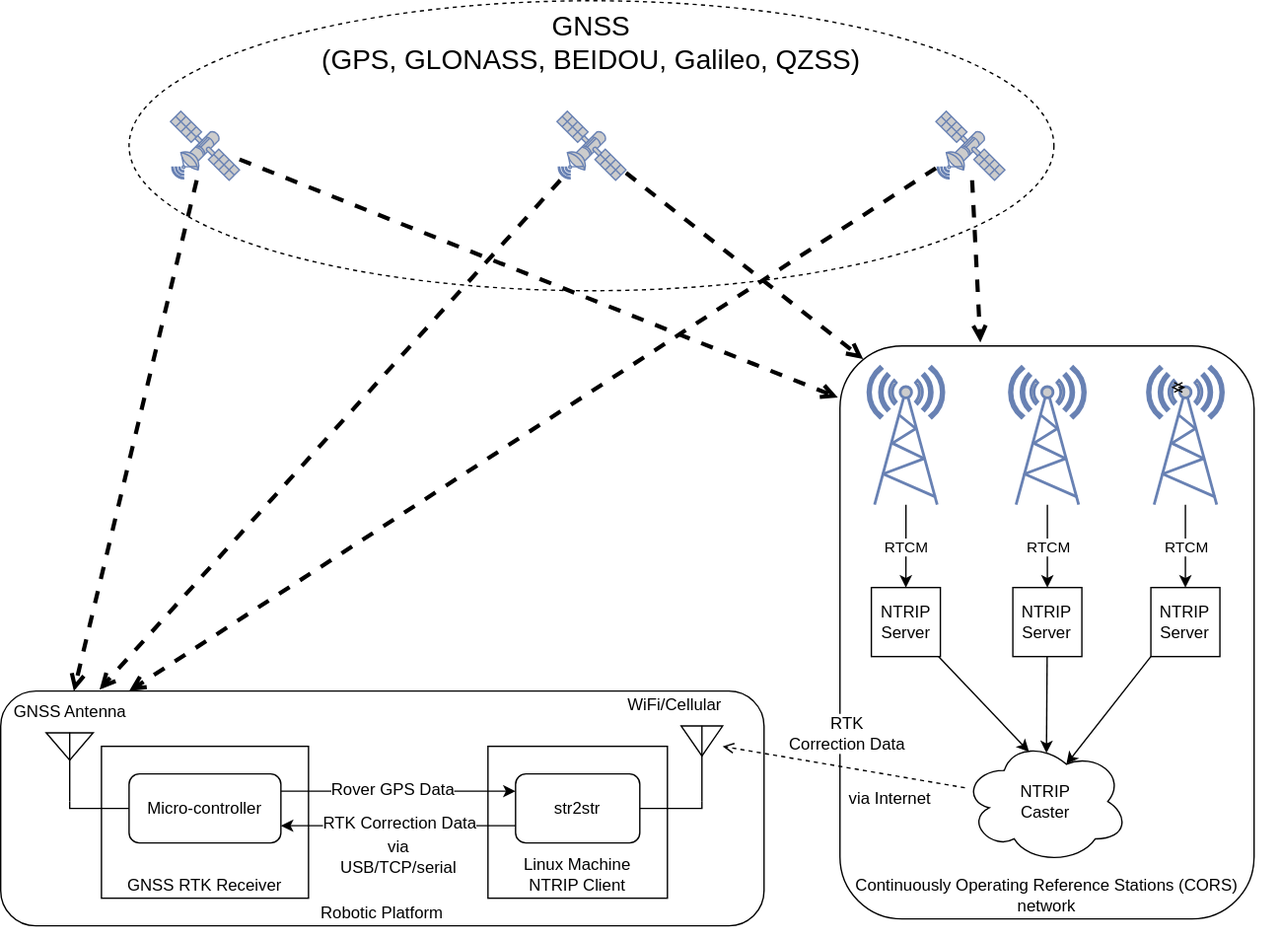
Before: systems/localization-sysytem/gnss-rtk/gnss-rtk-diagram.svg, a diagram exported from draw.io (digitalhabitat/gardenbot). Source tidied: cells renumbered, new cells last; positions are measured from the earlier drawing's top-left corner, leaving out a move shared by most shapes.
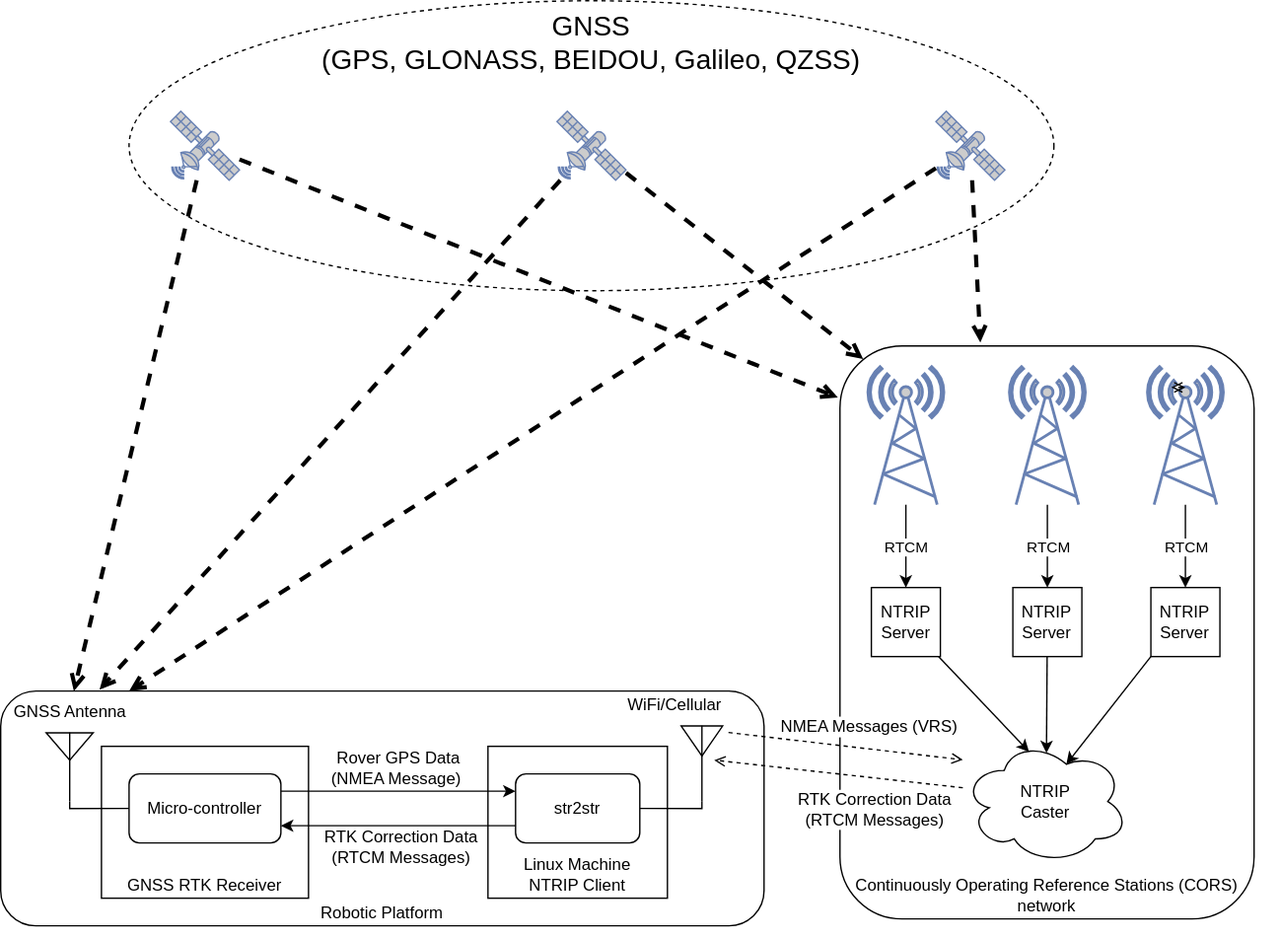
The same file after the commit.

Change to the diagram source:
```diff
@@ -2,6 +2,9 @@
   <root>
     <mxCell id="0" />
     <mxCell id="1" parent="0" />
+    <mxCell id="21" value="Robotic Platform" style="rounded=1;whiteSpace=wrap;html=1;sketch=0;hachureGap=4;jiggle=2;curveFitting=1;fontFamily=Helvetica;fontSize=12;verticalAlign=bottom;" parent="1" vertex="1">
+      <mxGeometry y="500" width="553" height="170" as="geometry" />
+    </mxCell>
     <mxCell id="2" style="group;" parent="1" vertex="1">
       <mxGeometry x="478" y="250" width="449" height="420" as="geometry" />
     </mxCell>
@@ -65,9 +68,28 @@
     <mxCell id="20" style="edgeStyle=none;rounded=0;sketch=0;hachureGap=4;jiggle=2;curveFitting=1;orthogonalLoop=1;jettySize=auto;html=1;exitX=0.5;exitY=0.15;exitDx=0;exitDy=0;exitPerimeter=0;entryX=0.314;entryY=0.15;entryDx=0;entryDy=0;entryPerimeter=0;dashed=1;strokeWidth=1;fontFamily=Helvetica;fontSize=12;startArrow=open;startFill=0;endArrow=open;endFill=0;" parent="2" edge="1" source="15" target="15">
       <mxGeometry relative="1" as="geometry" />
     </mxCell>
-    <mxCell id="21" value="Robotic Platform" style="rounded=1;whiteSpace=wrap;html=1;sketch=0;hachureGap=4;jiggle=2;curveFitting=1;fontFamily=Helvetica;fontSize=12;verticalAlign=bottom;" parent="1" vertex="1">
-      <mxGeometry y="500" width="553" height="170" as="geometry" />
-    </mxCell>
+    <mxCell id="53" style="edgeStyle=none;rounded=0;sketch=0;hachureGap=4;jiggle=2;curveFitting=1;orthogonalLoop=1;jettySize=auto;html=1;dashed=1;strokeWidth=1;fontFamily=Helvetica;fontSize=16;endArrow=open;endFill=0;startArrow=none;startFill=0;entryX=0.283;entryY=0.843;entryDx=0;entryDy=0;entryPerimeter=0;exitX=0.946;exitY=0.471;exitDx=0;exitDy=0;exitPerimeter=0;" parent="2" edge="1">
+      <mxGeometry relative="1" as="geometry">
+        <mxPoint x="49.2" y="280" as="sourcePoint" />
+        <mxPoint x="219" y="299.8" as="targetPoint" />
+      </mxGeometry>
+    </mxCell>
+    <mxCell id="54" value="NMEA Messages (VRS)" style="edgeLabel;html=1;align=center;verticalAlign=middle;fontSize=12;fontFamily=Helvetica;rotation=0;" parent="53" vertex="1">
+      <mxGeometry x="-0.14" y="-2" relative="1" as="geometry">
+        <mxPoint x="28" y="-15" as="offset" />
+      </mxGeometry>
+    </mxCell>
+    <mxCell id="46" style="edgeStyle=none;rounded=0;sketch=0;hachureGap=4;jiggle=2;curveFitting=1;orthogonalLoop=1;jettySize=auto;html=1;dashed=1;strokeWidth=1;fontFamily=Helvetica;fontSize=16;endArrow=open;endFill=0;startArrow=none;startFill=0;exitX=0.317;exitY=0.747;exitDx=0;exitDy=0;exitPerimeter=0;" parent="2" edge="1">
+      <mxGeometry relative="1" as="geometry">
+        <mxPoint x="219" y="320" as="sourcePoint" />
+        <mxPoint x="38.9" y="300" as="targetPoint" />
+      </mxGeometry>
+    </mxCell>
+    <mxCell id="48" value="RTK Correction Data&lt;br&gt;(RTCM Messages)" style="edgeLabel;html=1;align=center;verticalAlign=middle;fontSize=12;fontFamily=Helvetica;rotation=0;" parent="46" vertex="1">
+      <mxGeometry x="-0.14" y="-2" relative="1" as="geometry">
+        <mxPoint x="13" y="26" as="offset" />
+      </mxGeometry>
+    </mxCell>
     <mxCell id="22" style="group;" parent="1" vertex="1">
       <mxGeometry x="93" width="670" height="210" as="geometry" />
     </mxCell>
@@ -113,9 +135,9 @@
     <mxCell id="34" style="edgeStyle=none;html=1;entryX=0;entryY=0.25;entryDx=0;entryDy=0;exitX=1;exitY=0.25;exitDx=0;exitDy=0;" parent="1" edge="1" source="37" target="31">
       <mxGeometry relative="1" as="geometry" />
     </mxCell>
-    <mxCell id="35" value="Rover GPS Data" style="edgeLabel;html=1;align=center;verticalAlign=middle;fontSize=12;" parent="34" vertex="1">
+    <mxCell id="35" value="Rover GPS Data&lt;br&gt;(NMEA Message)&amp;nbsp;" style="edgeLabel;html=1;align=center;verticalAlign=middle;fontSize=12;" parent="34" vertex="1">
       <mxGeometry x="-0.3" y="1" relative="1" as="geometry">
-        <mxPoint x="21" as="offset" />
+        <mxPoint x="25" y="-16" as="offset" />
       </mxGeometry>
     </mxCell>
     <mxCell id="36" style="edgeStyle=orthogonalEdgeStyle;rounded=0;jettySize=auto;html=1;exitX=0;exitY=0.5;exitDx=0;exitDy=0;entryX=0.5;entryY=1;entryDx=0;entryDy=0;entryPerimeter=0;endArrow=none;endFill=0;" parent="1" edge="1" source="37" target="33">
@@ -131,14 +153,11 @@
     <mxCell id="38" style="edgeStyle=none;html=1;exitX=0;exitY=0.75;exitDx=0;exitDy=0;entryX=1;entryY=0.75;entryDx=0;entryDy=0;" parent="1" edge="1" source="31" target="37">
       <mxGeometry relative="1" as="geometry" />
     </mxCell>
-    <mxCell id="39" value="RTK Correction Data" style="edgeLabel;html=1;align=center;verticalAlign=middle;fontSize=12;" parent="38" vertex="1">
+    <mxCell id="39" value="RTK Correction Data&lt;br&gt;(RTCM Messages)" style="edgeLabel;html=1;align=center;verticalAlign=middle;fontSize=12;" parent="38" vertex="1">
       <mxGeometry x="0.29" y="2" relative="1" as="geometry">
-        <mxPoint x="25" y="-4" as="offset" />
+        <mxPoint x="26" y="13" as="offset" />
       </mxGeometry>
     </mxCell>
-    <mxCell id="40" value="via&lt;br&gt;USB/TCP/serial" style="text;html=1;align=center;verticalAlign=middle;strokeColor=none;" parent="1" vertex="1">
-      <mxGeometry x="233" y="600" width="110" height="40" as="geometry" />
-    </mxCell>
     <mxCell id="41" style="verticalLabelPosition=bottom;shadow=0;dashed=0;align=center;html=1;verticalAlign=top;shape=mxgraph.electrical.radio.aerial_-_antenna_2;" parent="1" vertex="1">
       <mxGeometry x="493" y="525" width="30" height="55" as="geometry" />
     </mxCell>
@@ -154,21 +173,6 @@
     <mxCell id="45" style="edgeStyle=none;rounded=0;sketch=0;hachureGap=4;jiggle=2;curveFitting=1;jettySize=auto;html=1;dashed=1;strokeWidth=3;fontFamily=Architects Daughter;fontSource=https%3A%2F%2Ffonts.googleapis.com%2Fcss%3Ffamily%3DArchitects%2BDaughter;fontSize=16;endArrow=open;endFill=0;entryX=0.339;entryY=-0.006;entryDx=0;entryDy=0;entryPerimeter=0;" parent="1" edge="1" source="26" target="3">
       <mxGeometry relative="1" as="geometry" />
     </mxCell>
-    <mxCell id="46" style="edgeStyle=none;rounded=0;sketch=0;hachureGap=4;jiggle=2;curveFitting=1;jettySize=auto;html=1;dashed=1;strokeWidth=1;fontFamily=Helvetica;fontSize=16;endArrow=open;endFill=0;startArrow=none;startFill=0;" parent="1" edge="1" source="4">
-      <mxGeometry relative="1" as="geometry">
-        <mxPoint x="523" y="540" as="targetPoint" />
-      </mxGeometry>
-    </mxCell>
-    <mxCell id="47" value="&lt;font style=&quot;font-size: 12px;&quot;&gt;via Internet&lt;br&gt;&lt;/font&gt;" style="edgeLabel;html=1;align=center;verticalAlign=middle;fontSize=12;fontFamily=Helvetica;" parent="46" vertex="1">
-      <mxGeometry x="-0.27" relative="1" as="geometry">
-        <mxPoint x="9" y="18" as="offset" />
-      </mxGeometry>
-    </mxCell>
-    <mxCell id="48" value="RTK&lt;br&gt;Correction Data" style="edgeLabel;html=1;align=center;verticalAlign=middle;fontSize=12;fontFamily=Helvetica;rotation=0;" parent="46" vertex="1">
-      <mxGeometry x="-0.14" y="-2" relative="1" as="geometry">
-        <mxPoint x="-10" y="-25" as="offset" />
-      </mxGeometry>
-    </mxCell>
     <mxCell id="49" value="GNSS Antenna" style="text;html=1;align=center;verticalAlign=middle;points=[];strokeColor=none;fillColor=none;fontSize=12;fontFamily=Helvetica;sketch=1;hachureGap=4;jiggle=2;curveFitting=1;fontSource=https%3A%2F%2Ffonts.googleapis.com%2Fcss%3Ffamily%3DArchitects%2BDaughter;" parent="1" vertex="1">
       <mxGeometry y="500" width="100" height="30" as="geometry" />
     </mxCell>
```
